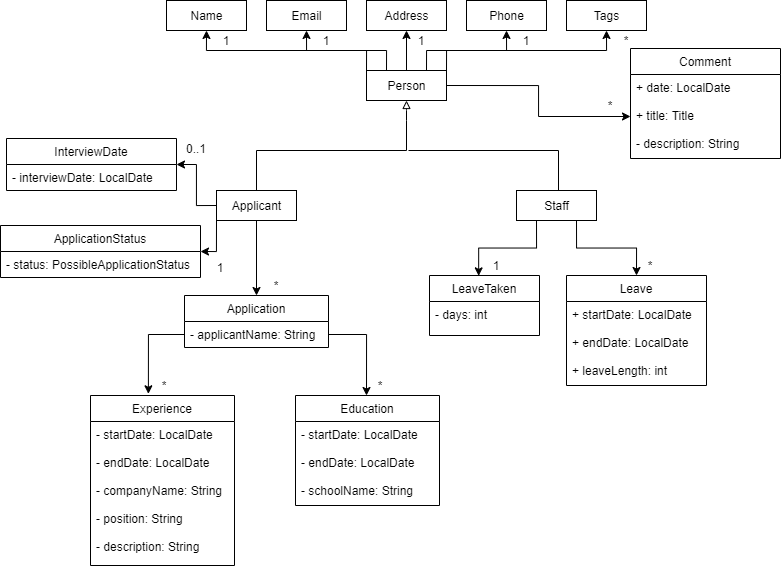
Above: docs/images/ApplicantStaffClassDiagram.png in nus-cs2103-AY2021S1/tp (draw.io), before the change. Source tidied: cells renumbered, new cells last; positions are measured from the earlier drawing's top-left corner, leaving out a move shared by most shapes.
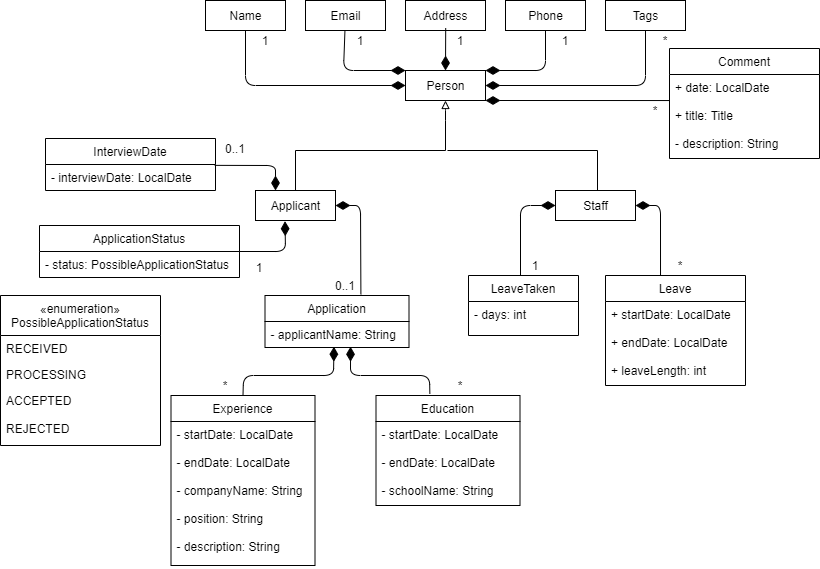
After the change.

Commit message:
Update class diag

Change to the diagram source:
```diff
@@ -2,24 +2,6 @@
   <root>
     <mxCell id="0" />
     <mxCell id="1" parent="0" />
-    <mxCell id="2" style="edgeStyle=orthogonalEdgeStyle;rounded=0;jettySize=auto;html=1;exitX=0;exitY=0;exitDx=0;exitDy=0;entryX=0.5;entryY=1;entryDx=0;entryDy=0;" parent="1" edge="1" source="8" target="9">
-      <mxGeometry relative="1" as="geometry" />
-    </mxCell>
-    <mxCell id="3" style="edgeStyle=orthogonalEdgeStyle;rounded=0;jettySize=auto;html=1;exitX=0.25;exitY=0;exitDx=0;exitDy=0;entryX=0.5;entryY=1;entryDx=0;entryDy=0;" parent="1" edge="1" source="8" target="10">
-      <mxGeometry relative="1" as="geometry" />
-    </mxCell>
-    <mxCell id="4" style="edgeStyle=orthogonalEdgeStyle;rounded=0;jettySize=auto;html=1;exitX=0.5;exitY=0;exitDx=0;exitDy=0;entryX=0.5;entryY=1;entryDx=0;entryDy=0;" parent="1" edge="1" source="8" target="11">
-      <mxGeometry relative="1" as="geometry" />
-    </mxCell>
-    <mxCell id="5" style="edgeStyle=orthogonalEdgeStyle;rounded=0;jettySize=auto;html=1;exitX=1;exitY=0;exitDx=0;exitDy=0;entryX=0.5;entryY=1;entryDx=0;entryDy=0;" parent="1" edge="1" source="8" target="13">
-      <mxGeometry relative="1" as="geometry" />
-    </mxCell>
-    <mxCell id="6" style="edgeStyle=orthogonalEdgeStyle;rounded=0;jettySize=auto;html=1;exitX=0.75;exitY=0;exitDx=0;exitDy=0;entryX=0.5;entryY=1;entryDx=0;entryDy=0;" parent="1" edge="1" source="8" target="12">
-      <mxGeometry relative="1" as="geometry" />
-    </mxCell>
-    <mxCell id="7" style="edgeStyle=orthogonalEdgeStyle;rounded=0;jettySize=auto;html=1;exitX=1;exitY=0.5;exitDx=0;exitDy=0;endArrow=classic;endFill=1;" parent="1" edge="1" source="8" target="49">
-      <mxGeometry relative="1" as="geometry" />
-    </mxCell>
     <mxCell id="8" value="Person" style="html=1;" parent="1" vertex="1">
       <mxGeometry x="366" y="70" width="80" height="30" as="geometry" />
     </mxCell>
@@ -45,7 +27,7 @@
       <mxGeometry x="206" y="30" width="40" height="20" as="geometry" />
     </mxCell>
     <mxCell id="16" value="1" style="text;html=1;strokeColor=none;fillColor=none;align=center;verticalAlign=middle;whiteSpace=wrap;rounded=0;" parent="1" vertex="1">
-      <mxGeometry x="306" y="30" width="40" height="20" as="geometry" />
+      <mxGeometry x="301" y="30" width="40" height="20" as="geometry" />
     </mxCell>
     <mxCell id="17" value="1" style="text;html=1;strokeColor=none;fillColor=none;align=center;verticalAlign=middle;whiteSpace=wrap;rounded=0;" parent="1" vertex="1">
       <mxGeometry x="401" y="30" width="40" height="20" as="geometry" />
@@ -84,28 +66,9 @@
         <mxPoint x="558" y="190" as="targetPoint" />
       </mxGeometry>
     </mxCell>
-    <mxCell id="24" style="edgeStyle=orthogonalEdgeStyle;rounded=0;jettySize=auto;html=1;exitX=0;exitY=0.5;exitDx=0;exitDy=0;entryX=1;entryY=0.5;entryDx=0;entryDy=0;endArrow=classic;endFill=1;" parent="1" edge="1" source="27" target="31">
-      <mxGeometry relative="1" as="geometry" />
-    </mxCell>
-    <mxCell id="25" style="edgeStyle=orthogonalEdgeStyle;rounded=0;jettySize=auto;html=1;exitX=0;exitY=1;exitDx=0;exitDy=0;entryX=1;entryY=0.5;entryDx=0;entryDy=0;endArrow=classic;endFill=1;" parent="1" edge="1" source="27" target="33">
-      <mxGeometry relative="1" as="geometry">
-        <Array as="points">
-          <mxPoint x="216" y="251" />
-        </Array>
-      </mxGeometry>
-    </mxCell>
-    <mxCell id="26" style="edgeStyle=orthogonalEdgeStyle;rounded=0;jettySize=auto;html=1;endArrow=classic;endFill=1;" parent="1" edge="1" source="27" target="37">
-      <mxGeometry relative="1" as="geometry" />
-    </mxCell>
     <mxCell id="27" value="Applicant" style="html=1;" parent="1" vertex="1">
       <mxGeometry x="216" y="190" width="80" height="30" as="geometry" />
     </mxCell>
-    <mxCell id="28" style="edgeStyle=orthogonalEdgeStyle;rounded=0;jettySize=auto;html=1;exitX=0.25;exitY=1;exitDx=0;exitDy=0;entryX=0.447;entryY=0.006;entryDx=0;entryDy=0;entryPerimeter=0;endArrow=classic;endFill=1;" parent="1" edge="1" source="30" target="53">
-      <mxGeometry relative="1" as="geometry" />
-    </mxCell>
-    <mxCell id="29" style="edgeStyle=orthogonalEdgeStyle;rounded=0;jettySize=auto;html=1;exitX=0.75;exitY=1;exitDx=0;exitDy=0;entryX=0.5;entryY=0;entryDx=0;entryDy=0;endArrow=classic;endFill=1;" parent="1" edge="1" source="30" target="51">
-      <mxGeometry relative="1" as="geometry" />
-    </mxCell>
     <mxCell id="30" value="Staff" style="html=1;" parent="1" vertex="1">
       <mxGeometry x="516" y="190" width="80" height="30" as="geometry" />
     </mxCell>
@@ -128,39 +91,31 @@
       <mxGeometry x="176" y="138" width="40" height="20" as="geometry" />
     </mxCell>
     <mxCell id="37" value="Application" style="swimlane;fontStyle=0;horizontal=1;startSize=26;fillColor=none;" parent="1" vertex="1">
-      <mxGeometry x="184" y="295" width="144" height="52" as="geometry" />
+      <mxGeometry x="225.5" y="295" width="144" height="52" as="geometry" />
     </mxCell>
     <mxCell id="38" value="- applicantName: String" style="text;strokeColor=none;fillColor=none;align=left;verticalAlign=top;spacingLeft=4;spacingRight=4;overflow=hidden;points=[[0,0.5],[1,0.5]];portConstraint=eastwest;" parent="37" vertex="1">
       <mxGeometry y="26" width="144" height="26" as="geometry" />
     </mxCell>
     <mxCell id="39" value="Experience" style="swimlane;fontStyle=0;horizontal=1;startSize=26;fillColor=none;" parent="1" vertex="1">
-      <mxGeometry x="90" y="395" width="144" height="170" as="geometry" />
+      <mxGeometry x="131.5" y="395" width="144" height="170" as="geometry" />
     </mxCell>
     <mxCell id="40" value="- startDate: LocalDate&#10;&#10;- endDate: LocalDate&#10;&#10;- companyName: String&#10;&#10;- position: String&#10;&#10;- description: String" style="text;strokeColor=none;fillColor=none;align=left;verticalAlign=top;spacingLeft=4;spacingRight=4;overflow=hidden;" parent="39" vertex="1">
       <mxGeometry y="26" width="144" height="144" as="geometry" />
     </mxCell>
-    <mxCell id="41" style="edgeStyle=orthogonalEdgeStyle;rounded=0;jettySize=auto;html=1;exitX=0;exitY=0.5;exitDx=0;exitDy=0;entryX=0.402;entryY=-0.01;entryDx=0;entryDy=0;entryPerimeter=0;endArrow=classic;endFill=1;" parent="1" edge="1" source="38" target="39">
-      <mxGeometry relative="1" as="geometry" />
-    </mxCell>
-    <mxCell id="42" style="edgeStyle=orthogonalEdgeStyle;rounded=0;jettySize=auto;html=1;exitX=1;exitY=0.5;exitDx=0;exitDy=0;endArrow=classic;endFill=1;entryX=0.5;entryY=0;entryDx=0;entryDy=0;" parent="1" edge="1" source="38">
-      <mxGeometry relative="1" as="geometry">
-        <mxPoint x="366" y="395" as="targetPoint" />
-      </mxGeometry>
-    </mxCell>
     <mxCell id="43" value="Education" style="swimlane;fontStyle=0;horizontal=1;startSize=26;fillColor=none;" parent="1" vertex="1">
-      <mxGeometry x="295" y="395" width="144" height="110" as="geometry" />
+      <mxGeometry x="336.5" y="395" width="144" height="110" as="geometry" />
     </mxCell>
     <mxCell id="44" value="- startDate: LocalDate&#10;&#10;- endDate: LocalDate&#10;&#10;- schoolName: String" style="text;strokeColor=none;fillColor=none;align=left;verticalAlign=top;spacingLeft=4;spacingRight=4;overflow=hidden;" parent="43" vertex="1">
       <mxGeometry y="26" width="144" height="84" as="geometry" />
     </mxCell>
     <mxCell id="45" value="*" style="text;html=1;strokeColor=none;fillColor=none;align=center;verticalAlign=middle;whiteSpace=wrap;rounded=0;" parent="1" vertex="1">
-      <mxGeometry x="144" y="375" width="40" height="20" as="geometry" />
+      <mxGeometry x="166" y="375" width="40" height="20" as="geometry" />
     </mxCell>
     <mxCell id="46" value="*" style="text;html=1;strokeColor=none;fillColor=none;align=center;verticalAlign=middle;whiteSpace=wrap;rounded=0;" parent="1" vertex="1">
-      <mxGeometry x="360" y="375" width="40" height="20" as="geometry" />
+      <mxGeometry x="401.5" y="375" width="40" height="20" as="geometry" />
     </mxCell>
-    <mxCell id="47" value="*" style="text;html=1;strokeColor=none;fillColor=none;align=center;verticalAlign=middle;whiteSpace=wrap;rounded=0;" parent="1" vertex="1">
-      <mxGeometry x="256" y="275" width="40" height="20" as="geometry" />
+    <mxCell id="47" value="0..1" style="text;html=1;strokeColor=none;fillColor=none;align=center;verticalAlign=middle;whiteSpace=wrap;rounded=0;" parent="1" vertex="1">
+      <mxGeometry x="286" y="275" width="40" height="20" as="geometry" />
     </mxCell>
     <mxCell id="48" value="Comment" style="swimlane;fontStyle=0;horizontal=1;startSize=26;fillColor=none;" parent="1" vertex="1">
       <mxGeometry x="630" y="48" width="150" height="110" as="geometry" />
@@ -169,7 +124,7 @@
       <mxGeometry y="26" width="150" height="84" as="geometry" />
     </mxCell>
     <mxCell id="50" value="*" style="text;html=1;strokeColor=none;fillColor=none;align=center;verticalAlign=middle;whiteSpace=wrap;rounded=0;" parent="1" vertex="1">
-      <mxGeometry x="590" y="95" width="40" height="20" as="geometry" />
+      <mxGeometry x="596" y="100" width="40" height="20" as="geometry" />
     </mxCell>
     <mxCell id="51" value="Leave" style="swimlane;fontStyle=0;horizontal=1;startSize=26;fillColor=none;" parent="1" vertex="1">
       <mxGeometry x="566" y="275" width="140" height="110" as="geometry" />
@@ -187,7 +142,105 @@
       <mxGeometry x="476" y="255" width="40" height="20" as="geometry" />
     </mxCell>
     <mxCell id="56" value="*" style="text;html=1;strokeColor=none;fillColor=none;align=center;verticalAlign=middle;whiteSpace=wrap;rounded=0;" parent="1" vertex="1">
-      <mxGeometry x="630" y="255" width="40" height="20" as="geometry" />
+      <mxGeometry x="621" y="255" width="40" height="20" as="geometry" />
     </mxCell>
+    <mxCell id="57" value="«enumeration»&#10;PossibleApplicationStatus" style="swimlane;fontStyle=0;horizontal=1;startSize=40;fillColor=none;" parent="1" vertex="1">
+      <mxGeometry x="-39" y="295" width="160" height="150" as="geometry" />
+    </mxCell>
+    <mxCell id="58" value="RECEIVED" style="text;strokeColor=none;fillColor=none;align=left;verticalAlign=top;spacingLeft=4;spacingRight=4;overflow=hidden;" parent="57" vertex="1">
+      <mxGeometry y="40" width="160" height="26" as="geometry" />
+    </mxCell>
+    <mxCell id="59" value="PROCESSING" style="text;strokeColor=none;fillColor=none;align=left;verticalAlign=top;spacingLeft=4;spacingRight=4;overflow=hidden;" parent="57" vertex="1">
+      <mxGeometry y="66" width="160" height="26" as="geometry" />
+    </mxCell>
+    <mxCell id="60" value="ACCEPTED&#10;&#10;REJECTED" style="text;strokeColor=none;fillColor=none;align=left;verticalAlign=top;spacingLeft=4;spacingRight=4;overflow=hidden;" parent="57" vertex="1">
+      <mxGeometry y="92" width="160" height="58" as="geometry" />
+    </mxCell>
+    <mxCell id="61" style="endArrow=diamondThin;endFill=1;endSize=12;html=1;entryX=0;entryY=0.5;entryDx=0;entryDy=0;exitX=0.5;exitY=1;exitDx=0;exitDy=0;" parent="1" edge="1" source="9" target="8">
+      <mxGeometry relative="1" as="geometry">
+        <Array as="points">
+          <mxPoint x="206" y="85" />
+        </Array>
+      </mxGeometry>
+    </mxCell>
+    <mxCell id="62" style="endArrow=diamondThin;endFill=1;endSize=12;html=1;entryX=1;entryY=0.5;entryDx=0;entryDy=0;exitX=0;exitY=0;exitDx=0;exitDy=0;" parent="1" edge="1" source="14" target="8">
+      <mxGeometry relative="1" as="geometry">
+        <Array as="points">
+          <mxPoint x="606" y="85" />
+        </Array>
+      </mxGeometry>
+    </mxCell>
+    <mxCell id="63" style="endArrow=diamondThin;endFill=1;endSize=12;html=1;entryX=1;entryY=0;entryDx=0;entryDy=0;" parent="1" edge="1" source="12" target="8">
+      <mxGeometry relative="1" as="geometry">
+        <Array as="points">
+          <mxPoint x="506" y="70" />
+        </Array>
+      </mxGeometry>
+    </mxCell>
+    <mxCell id="64" style="endArrow=diamondThin;endFill=1;endSize=12;html=1;entryX=0;entryY=0;entryDx=0;entryDy=0;" parent="1" edge="1" source="10" target="8">
+      <mxGeometry relative="1" as="geometry">
+        <Array as="points">
+          <mxPoint x="304" y="70" />
+        </Array>
+      </mxGeometry>
+    </mxCell>
+    <mxCell id="65" style="endArrow=diamondThin;endFill=1;endSize=12;html=1;entryX=0.5;entryY=0;entryDx=0;entryDy=0;exitX=0.13;exitY=-0.119;exitDx=0;exitDy=0;exitPerimeter=0;" parent="1" edge="1" source="17" target="8">
+      <mxGeometry relative="1" as="geometry" />
+    </mxCell>
+    <mxCell id="66" style="endArrow=diamondThin;endFill=1;endSize=12;html=1;entryX=1;entryY=1;entryDx=0;entryDy=0;exitX=0;exitY=0.31;exitDx=0;exitDy=0;exitPerimeter=0;" parent="1" edge="1" source="49" target="8">
+      <mxGeometry relative="1" as="geometry" />
+    </mxCell>
+    <mxCell id="67" style="endArrow=diamondThin;endFill=1;endSize=12;html=1;entryX=1;entryY=0.5;entryDx=0;entryDy=0;exitX=0.393;exitY=0;exitDx=0;exitDy=0;exitPerimeter=0;" parent="1" edge="1" source="51" target="30">
+      <mxGeometry relative="1" as="geometry">
+        <Array as="points">
+          <mxPoint x="621" y="205" />
+        </Array>
+      </mxGeometry>
+    </mxCell>
+    <mxCell id="68" style="endArrow=diamondThin;endFill=1;endSize=12;html=1;entryX=0;entryY=0.5;entryDx=0;entryDy=0;" parent="1" edge="1" target="30">
+      <mxGeometry relative="1" as="geometry">
+        <mxPoint x="481" y="275" as="sourcePoint" />
+        <Array as="points">
+          <mxPoint x="481" y="205" />
+        </Array>
+      </mxGeometry>
+    </mxCell>
+    <mxCell id="69" style="endArrow=diamondThin;endFill=1;endSize=12;html=1;entryX=1;entryY=0.5;entryDx=0;entryDy=0;exitX=0.666;exitY=-0.023;exitDx=0;exitDy=0;exitPerimeter=0;" parent="1" edge="1" source="37" target="27">
+      <mxGeometry relative="1" as="geometry">
+        <Array as="points">
+          <mxPoint x="321" y="205" />
+        </Array>
+      </mxGeometry>
+    </mxCell>
+    <mxCell id="70" style="endArrow=diamondThin;endFill=1;endSize=12;html=1;entryX=0.369;entryY=1.024;entryDx=0;entryDy=0;exitX=1;exitY=0.5;exitDx=0;exitDy=0;entryPerimeter=0;" parent="1" edge="1" source="33" target="27">
+      <mxGeometry relative="1" as="geometry">
+        <Array as="points">
+          <mxPoint x="246" y="251" />
+        </Array>
+      </mxGeometry>
+    </mxCell>
+    <mxCell id="71" style="endArrow=diamondThin;endFill=1;endSize=12;html=1;entryX=0.25;entryY=0;entryDx=0;entryDy=0;exitX=0.995;exitY=0.033;exitDx=0;exitDy=0;exitPerimeter=0;" parent="1" edge="1" source="32" target="27">
+      <mxGeometry relative="1" as="geometry">
+        <Array as="points">
+          <mxPoint x="236" y="165" />
+        </Array>
+      </mxGeometry>
+    </mxCell>
+    <mxCell id="72" style="endArrow=diamondThin;endFill=1;endSize=12;html=1;exitX=0.374;exitY=-0.017;exitDx=0;exitDy=0;exitPerimeter=0;entryX=0.594;entryY=0.971;entryDx=0;entryDy=0;entryPerimeter=0;" parent="1" edge="1" source="43" target="38">
+      <mxGeometry relative="1" as="geometry">
+        <Array as="points">
+          <mxPoint x="390" y="375" />
+          <mxPoint x="311" y="375" />
+        </Array>
+      </mxGeometry>
+    </mxCell>
+    <mxCell id="73" style="endArrow=diamondThin;endFill=1;endSize=12;html=1;entryX=0.479;entryY=0.971;entryDx=0;entryDy=0;exitX=0.5;exitY=0;exitDx=0;exitDy=0;entryPerimeter=0;" parent="1" edge="1" source="39" target="38">
+      <mxGeometry relative="1" as="geometry">
+        <Array as="points">
+          <mxPoint x="204" y="375" />
+          <mxPoint x="294" y="375" />
+        </Array>
+      </mxGeometry>
+    </mxCell>
   </root>
 </mxGraphModel>
```
